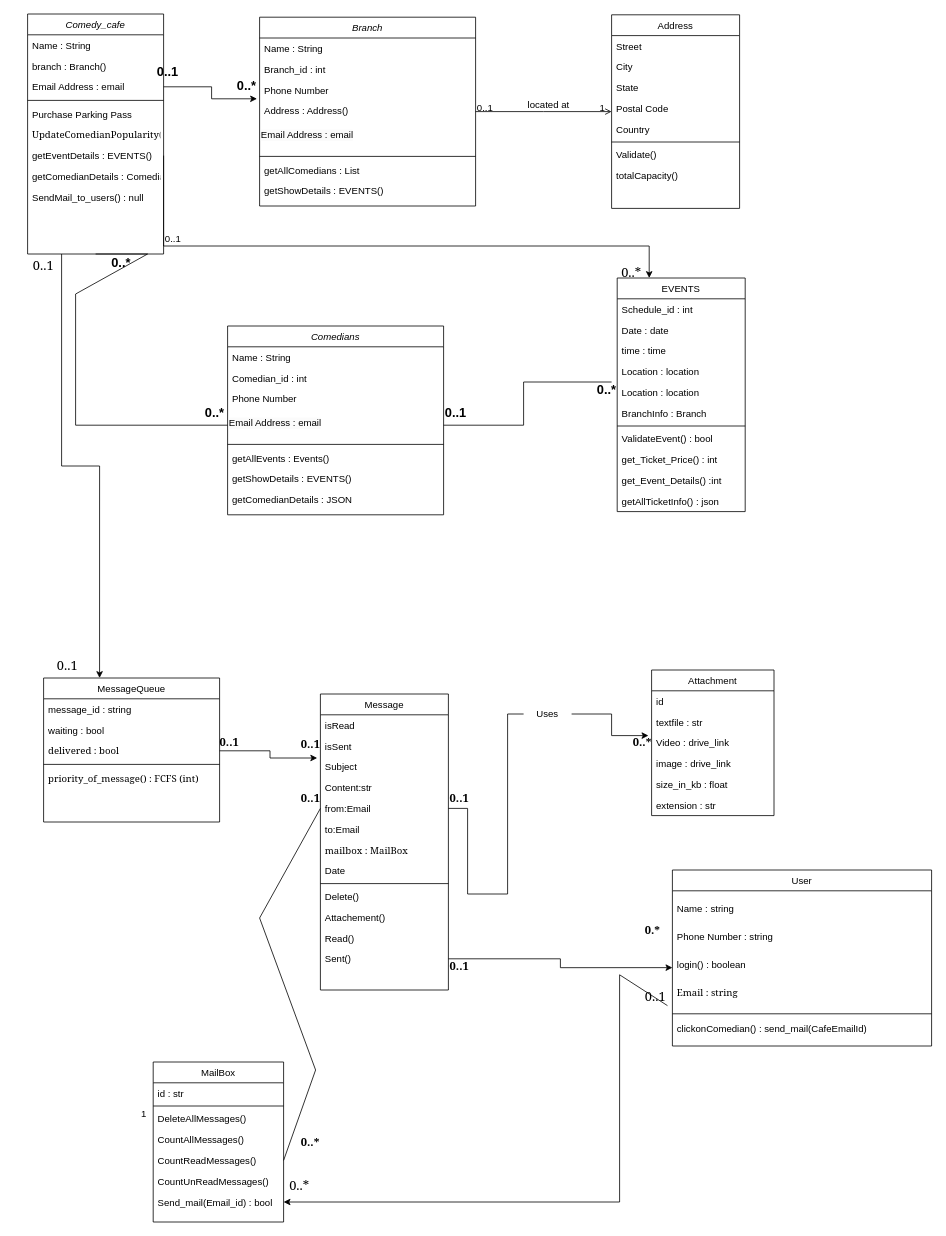
Before: Class Diagram of Comedy Cafe.drawio in runitrupam/Design_Comedy_Club, a draw.io diagram. Source tidied: cells renumbered, new cells numbered last; positions are measured from the earlier drawing's top-left corner, leaving out a move shared by most shapes. Both pictures are drawn from the tidied source at 80%, with x=0, y=0 at pixel (19, 14).
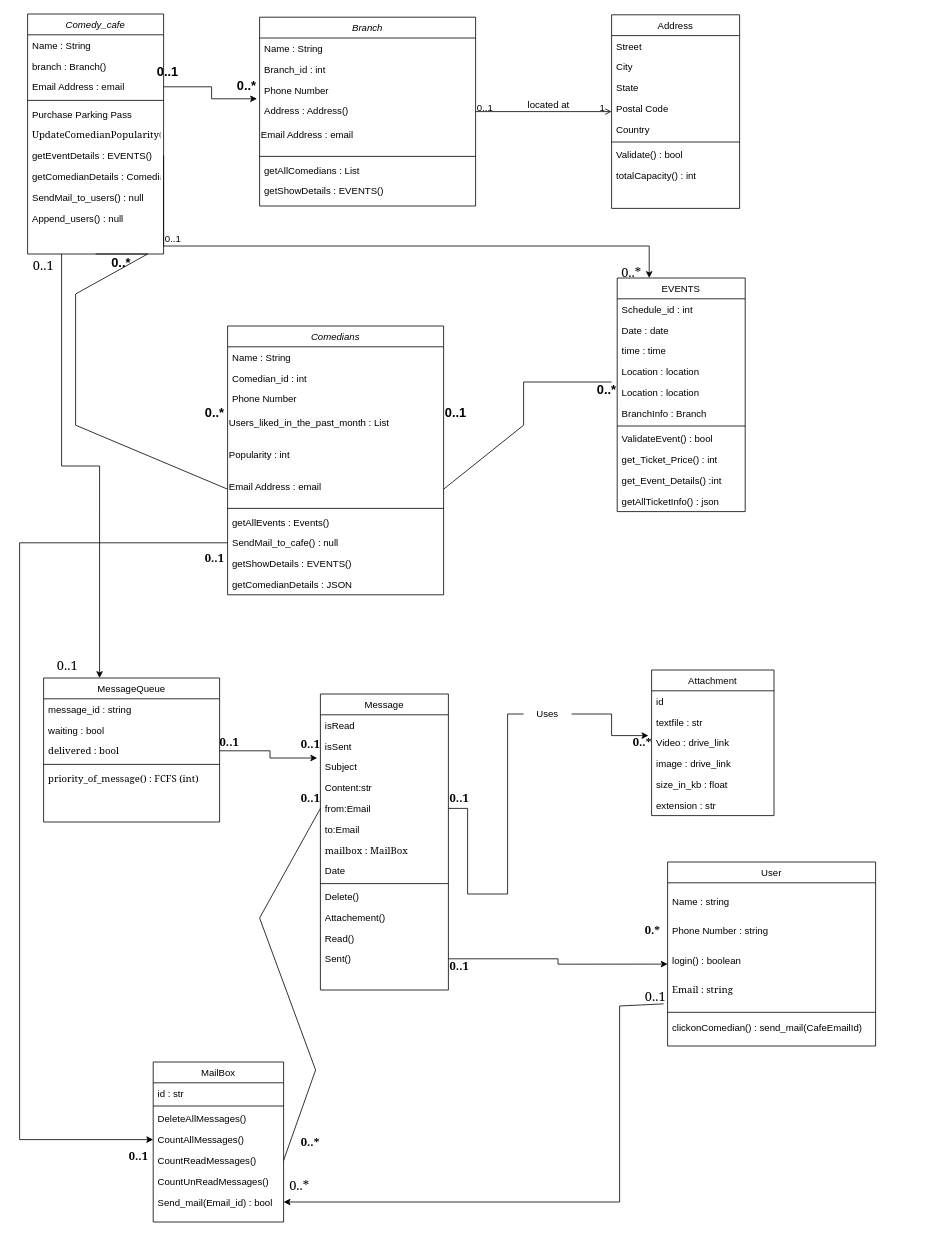
The same page after the edit.

The change refers to these unchanged cells:
```xml
<mxCell id="11" value="Address" style="swimlane;fontStyle=0;align=center;verticalAlign=top;horizontal=1;startSize=26;rounded=0;shadow=0;strokeWidth=1;" parent="1" vertex="1">
  <mxGeometry x="740" y="1" width="160" height="242" as="geometry" />
</mxCell>
<mxCell id="25" value="Comedy_cafe" style="swimlane;fontStyle=2;align=center;verticalAlign=top;horizontal=1;startSize=26;rounded=0;shadow=0;strokeWidth=1;" parent="1" vertex="1">
  <mxGeometry x="10" width="170" height="300" as="geometry" />
</mxCell>
```

The edit, as a diff of the source:
```diff
@@
-    <mxCell id="18" value="Validate()" style="text;align=left;verticalAlign=top;spacingLeft=4;spacingRight=4;overflow=hidden;" parent="11" vertex="1">
+    <mxCell id="18" value="Validate() : bool" style="text;align=left;verticalAlign=top;spacingLeft=4;spacingRight=4;overflow=hidden;" parent="11" vertex="1">
       <mxGeometry y="162" width="160" height="26" as="geometry" />
     </mxCell>
-    <mxCell id="19" value="totalCapacity()" style="text;align=left;verticalAlign=top;spacingLeft=4;spacingRight=4;overflow=hidden;" parent="11" vertex="1">
+    <mxCell id="19" value="totalCapacity() : int" style="text;align=left;verticalAlign=top;spacingLeft=4;spacingRight=4;overflow=hidden;" parent="11" vertex="1">
       <mxGeometry y="188" width="160" height="26" as="geometry" />
     </mxCell>
@@
+    <mxCell id="133" value="Append_users() : null" style="text;align=left;verticalAlign=top;spacingLeft=4;spacingRight=4;overflow=hidden;" parent="25" vertex="1">
+      <mxGeometry y="242" width="170" height="26" as="geometry" />
+    </mxCell>
@@
     <mxCell id="50" value="Comedians" style="swimlane;fontStyle=2;align=center;verticalAlign=top;horizontal=1;startSize=26;rounded=0;shadow=0;strokeWidth=1;" parent="1" vertex="1">
-      <mxGeometry x="260" y="390" width="270" height="236" as="geometry" />
+      <mxGeometry x="260" y="390" width="270" height="336" as="geometry" />
     </mxCell>
@@
+    <mxCell id="134" value="&lt;span style=&quot;color: rgb(0, 0, 0); font-family: Helvetica; font-size: 12px; font-style: normal; font-variant-ligatures: normal; font-variant-caps: normal; font-weight: 400; letter-spacing: normal; orphans: 2; text-align: left; text-indent: 0px; text-transform: none; widows: 2; word-spacing: 0px; -webkit-text-stroke-width: 0px; background-color: rgb(251, 251, 251); text-decoration-thickness: initial; text-decoration-style: initial; text-decoration-color: initial; float: none; display: inline !important;&quot;&gt;Users_liked_in_the_past_month : List&lt;/span&gt;" style="text;whiteSpace=wrap;html=1;fontSize=16;fontFamily=Georgia;" parent="50" vertex="1">
+      <mxGeometry y="104" width="270" height="40" as="geometry" />
+    </mxCell>
+    <mxCell id="135" value="&lt;span style=&quot;color: rgb(0, 0, 0); font-family: Helvetica; font-size: 12px; font-style: normal; font-variant-ligatures: normal; font-variant-caps: normal; font-weight: 400; letter-spacing: normal; orphans: 2; text-align: left; text-indent: 0px; text-transform: none; widows: 2; word-spacing: 0px; -webkit-text-stroke-width: 0px; background-color: rgb(251, 251, 251); text-decoration-thickness: initial; text-decoration-style: initial; text-decoration-color: initial; float: none; display: inline !important;&quot;&gt;Popularity : int&lt;/span&gt;" style="text;whiteSpace=wrap;html=1;fontSize=16;fontFamily=Georgia;" parent="50" vertex="1">
+      <mxGeometry y="144" width="270" height="40" as="geometry" />
+    </mxCell>
     <mxCell id="54" value="&lt;span style=&quot;color: rgb(0, 0, 0); font-family: Helvetica; font-size: 12px; font-style: normal; font-variant-ligatures: normal; font-variant-caps: normal; font-weight: 400; letter-spacing: normal; orphans: 2; text-align: left; text-indent: 0px; text-transform: none; widows: 2; word-spacing: 0px; -webkit-text-stroke-width: 0px; background-color: rgb(251, 251, 251); text-decoration-thickness: initial; text-decoration-style: initial; text-decoration-color: initial; float: none; display: inline !important;&quot;&gt;Email Address : email&lt;/span&gt;" style="text;whiteSpace=wrap;html=1;fontSize=16;fontFamily=Georgia;" parent="50" vertex="1">
-      <mxGeometry y="104" width="270" height="40" as="geometry" />
+      <mxGeometry y="184" width="270" height="40" as="geometry" />
     </mxCell>
     <mxCell id="55" style="line;html=1;strokeWidth=1;align=left;verticalAlign=middle;spacingTop=-1;spacingLeft=3;spacingRight=3;labelPosition=right;" parent="50" vertex="1">
-      <mxGeometry y="144" width="270" height="8" as="geometry" />
+      <mxGeometry y="224" width="270" height="8" as="geometry" />
     </mxCell>
     <mxCell id="56" value="getAllEvents : Events()" style="text;align=left;verticalAlign=top;spacingLeft=4;spacingRight=4;overflow=hidden;" parent="50" vertex="1">
-      <mxGeometry y="152" width="270" height="26" as="geometry" />
+      <mxGeometry y="232" width="270" height="26" as="geometry" />
     </mxCell>
+    <mxCell id="136" value="SendMail_to_cafe() : null" style="text;align=left;verticalAlign=top;spacingLeft=4;spacingRight=4;overflow=hidden;points=[[0,0.5],[1,0.5]];portConstraint=eastwest;" parent="50" vertex="1">
+      <mxGeometry y="258" width="270" height="26" as="geometry" />
+    </mxCell>
     <mxCell id="57" value="getShowDetails : EVENTS()" style="text;align=left;verticalAlign=top;spacingLeft=4;spacingRight=4;overflow=hidden;" parent="50" vertex="1">
-      <mxGeometry y="178" width="270" height="26" as="geometry" />
+      <mxGeometry y="284" width="270" height="26" as="geometry" />
     </mxCell>
     <mxCell id="58" value="getComedianDetails : JSON" style="text;align=left;verticalAlign=top;spacingLeft=4;spacingRight=4;overflow=hidden;" parent="50" vertex="1">
-      <mxGeometry y="204" width="270" height="26" as="geometry" />
+      <mxGeometry y="310" width="270" height="26" as="geometry" />
     </mxCell>
@@
     <mxCell id="98" style="group;" parent="1" vertex="1">
-      <mxGeometry x="816" y="1070" width="324" height="220" as="geometry" />
+      <mxGeometry x="810" y="1060" width="260" height="230" as="geometry" />
     </mxCell>
     <mxCell id="99" value="User" style="swimlane;fontStyle=0;align=center;verticalAlign=top;horizontal=1;startSize=26;rounded=0;shadow=0;strokeWidth=1;" parent="98" vertex="1">
-      <mxGeometry width="324" height="220" as="geometry" />
+      <mxGeometry width="260" height="230" as="geometry" />
     </mxCell>
     <mxCell id="100" value="Name : string" style="text;align=left;verticalAlign=top;spacingLeft=4;spacingRight=4;overflow=hidden;" parent="98" vertex="1">
-      <mxGeometry y="34.9" width="324" height="34.9" as="geometry" />
+      <mxGeometry y="36.5" width="260" height="36.5" as="geometry" />
     </mxCell>
     <mxCell id="101" value="Phone Number : string" style="text;align=left;verticalAlign=top;spacingLeft=4;spacingRight=4;overflow=hidden;rounded=0;shadow=0;html=0;" parent="98" vertex="1">
-      <mxGeometry y="69.8" width="324" height="34.9" as="geometry" />
+      <mxGeometry y="72.9" width="260" height="36.5" as="geometry" />
     </mxCell>
     <mxCell id="102" value="login() : boolean" style="text;align=left;verticalAlign=top;spacingLeft=4;spacingRight=4;overflow=hidden;points=[[0,0.5],[1,0.5]];portConstraint=eastwest;" parent="98" vertex="1">
-      <mxGeometry y="104.6" width="324" height="34.9" as="geometry" />
+      <mxGeometry y="109.4" width="260" height="36.5" as="geometry" />
     </mxCell>
     <mxCell id="103" value="Email : string" style="text;strokeColor=none;fillColor=none;align=left;verticalAlign=top;spacingLeft=4;spacingRight=4;overflow=hidden;points=[[0,0.5],[1,0.5]];portConstraint=eastwest;fontSize=12;fontFamily=Georgia;" parent="98" vertex="1">
-      <mxGeometry y="139.5" width="324" height="34.9" as="geometry" />
+      <mxGeometry y="145.9" width="260" height="36.5" as="geometry" />
     </mxCell>
     <mxCell id="104" style="line;html=1;strokeWidth=1;align=left;verticalAlign=middle;spacingTop=-1;spacingLeft=3;spacingRight=3;labelPosition=right;" parent="98" vertex="1">
-      <mxGeometry y="174.4" width="324" height="10.7" as="geometry" />
+      <mxGeometry y="182.3" width="260" height="11.2" as="geometry" />
     </mxCell>
     <mxCell id="105" value="clickonComedian() : send_mail(CafeEmailId)" style="text;strokeColor=none;fillColor=none;align=left;verticalAlign=top;spacingLeft=4;spacingRight=4;overflow=hidden;" parent="98" vertex="1">
-      <mxGeometry y="185.1" width="324" height="34.9" as="geometry" />
+      <mxGeometry y="193.5" width="260" height="36.5" as="geometry" />
     </mxCell>
@@
-    <mxCell id="117" style="group;" parent="1" vertex="1">
-      <mxGeometry x="160" y="1310" width="190" height="200" as="geometry" />
-    </mxCell>
+    <mxCell id="128" style="endArrow=classic;html=1;rounded=0;fontFamily=Georgia;fontSize=16;exitX=-0.019;exitY=0.861;exitDx=0;exitDy=0;exitPerimeter=0;entryX=1;entryY=0.5;entryDx=0;entryDy=0;" parent="1" edge="1" source="103" target="127">
+      <mxGeometry relative="1" as="geometry">
+        <Array as="points">
+          <mxPoint x="750" y="1240" />
+          <mxPoint x="750" y="1485" />
+        </Array>
+      </mxGeometry>
+    </mxCell>
+    <mxCell id="129" value="0..1" style="text;html=1;strokeColor=none;fillColor=none;align=center;verticalAlign=middle;whiteSpace=wrap;rounded=0;fontSize=16;fontFamily=Georgia;" parent="1" vertex="1">
+      <mxGeometry x="765" y="1213" width="60" height="30" as="geometry" />
+    </mxCell>
+    <mxCell id="130" value="0..*" style="text;html=1;strokeColor=none;fillColor=none;align=center;verticalAlign=middle;whiteSpace=wrap;rounded=0;fontSize=16;fontFamily=Georgia;" parent="1" vertex="1">
+      <mxGeometry x="320" y="1450" width="60" height="30" as="geometry" />
+    </mxCell>
+    <mxCell id="131" value="0..1" style="text;html=1;strokeColor=none;fillColor=none;align=center;verticalAlign=middle;whiteSpace=wrap;rounded=0;fontSize=16;fontFamily=Georgia;" parent="1" vertex="1">
+      <mxGeometry x="30" y="800" width="60" height="30" as="geometry" />
+    </mxCell>
+    <mxCell id="132" value="0..1" style="text;html=1;strokeColor=none;fillColor=none;align=center;verticalAlign=middle;whiteSpace=wrap;rounded=0;fontSize=16;fontFamily=Georgia;" parent="1" vertex="1">
+      <mxGeometry y="300" width="60" height="30" as="geometry" />
+    </mxCell>
+    <mxCell id="137" style="rounded=0;jettySize=auto;html=1;exitX=0;exitY=0.5;exitDx=0;exitDy=0;entryX=0;entryY=0.5;entryDx=0;entryDy=0;" parent="1" edge="1" source="136" target="124">
+      <mxGeometry relative="1" as="geometry">
+        <Array as="points">
+          <mxPoint y="661" />
+          <mxPoint y="1090" />
+          <mxPoint y="1407" />
+        </Array>
+      </mxGeometry>
+    </mxCell>
+    <mxCell id="138" value="0..1" style="align=left;verticalAlign=bottom;labelBackgroundColor=none;fontSize=14;fontStyle=1;fontFamily=Georgia;" parent="1" vertex="1">
+      <mxGeometry x="230" y="690" as="geometry" />
+    </mxCell>
+    <mxCell id="139" value="0..1" style="align=left;verticalAlign=bottom;labelBackgroundColor=none;fontSize=14;fontStyle=1;fontFamily=Georgia;" parent="1" vertex="1">
+      <mxGeometry x="190" y="1213" as="geometry">
+        <mxPoint x="-55" y="224" as="offset" />
+      </mxGeometry>
+    </mxCell>
+    <mxCell id="140" style="group;" parent="1" vertex="1">
+      <mxGeometry x="167" y="1310" width="183" height="200" as="geometry" />
+    </mxCell>
-    <mxCell id="118" value="MailBox" style="swimlane;fontStyle=0;align=center;verticalAlign=top;horizontal=1;startSize=26;rounded=0;shadow=0;strokeWidth=1;" parent="117" vertex="1">
-      <mxGeometry x="7" width="163" height="200" as="geometry" />
+    <mxCell id="118" value="MailBox" style="swimlane;fontStyle=0;align=center;verticalAlign=top;horizontal=1;startSize=26;rounded=0;shadow=0;strokeWidth=1;" parent="140" vertex="1">
+      <mxGeometry width="163" height="200" as="geometry" />
     </mxCell>
-    <mxCell id="119" value="1" style="align=right;verticalAlign=bottom;labelBackgroundColor=none;fontSize=12;" parent="117" vertex="1">
-      <mxGeometry y="73" as="geometry" />
-    </mxCell>
-    <mxCell id="120" value="0..*" style="align=left;verticalAlign=bottom;labelBackgroundColor=none;fontSize=14;fontStyle=1;fontFamily=Georgia;" parent="117" vertex="1">
-      <mxGeometry x="190" y="110" as="geometry" />
+    <mxCell id="120" value="0..*" style="align=left;verticalAlign=bottom;labelBackgroundColor=none;fontSize=14;fontStyle=1;fontFamily=Georgia;" parent="140" vertex="1">
+      <mxGeometry x="183" y="110" as="geometry" />
     </mxCell>
-    <mxCell id="121" value="id : str" style="text;align=left;verticalAlign=top;spacingLeft=4;spacingRight=4;overflow=hidden;" parent="117" vertex="1">
-      <mxGeometry x="7" y="26" width="163" height="26" as="geometry" />
+    <mxCell id="121" value="id : str" style="text;align=left;verticalAlign=top;spacingLeft=4;spacingRight=4;overflow=hidden;" parent="140" vertex="1">
+      <mxGeometry y="26" width="163" height="26" as="geometry" />
     </mxCell>
-    <mxCell id="122" style="line;html=1;strokeWidth=1;align=left;verticalAlign=middle;spacingTop=-1;spacingLeft=3;spacingRight=3;labelPosition=right;" parent="117" vertex="1">
-      <mxGeometry x="7" y="52" width="163" height="6" as="geometry" />
+    <mxCell id="122" style="line;html=1;strokeWidth=1;align=left;verticalAlign=middle;spacingTop=-1;spacingLeft=3;spacingRight=3;labelPosition=right;" parent="140" vertex="1">
+      <mxGeometry y="52" width="163" height="6" as="geometry" />
     </mxCell>
-    <mxCell id="123" value="DeleteAllMessages()" style="text;strokeColor=none;fillColor=none;align=left;verticalAlign=top;spacingLeft=4;spacingRight=4;overflow=hidden;" parent="117" vertex="1">
-      <mxGeometry x="7" y="58" width="163" height="26" as="geometry" />
+    <mxCell id="123" value="DeleteAllMessages()" style="text;strokeColor=none;fillColor=none;align=left;verticalAlign=top;spacingLeft=4;spacingRight=4;overflow=hidden;" parent="140" vertex="1">
+      <mxGeometry y="58" width="163" height="26" as="geometry" />
     </mxCell>
-    <mxCell id="124" value="CountAllMessages()" style="text;strokeColor=none;fillColor=none;align=left;verticalAlign=top;spacingLeft=4;spacingRight=4;overflow=hidden;points=[[0,0.5],[1,0.5]];portConstraint=eastwest;" parent="117" vertex="1">
-      <mxGeometry x="7" y="84" width="163" height="26" as="geometry" />
+    <mxCell id="124" value="CountAllMessages()" style="text;strokeColor=none;fillColor=none;align=left;verticalAlign=top;spacingLeft=4;spacingRight=4;overflow=hidden;points=[[0,0.5],[1,0.5]];portConstraint=eastwest;" parent="140" vertex="1">
+      <mxGeometry y="84" width="163" height="26" as="geometry" />
     </mxCell>
-    <mxCell id="125" value="CountReadMessages()" style="text;strokeColor=none;fillColor=none;align=left;verticalAlign=top;spacingLeft=4;spacingRight=4;overflow=hidden;points=[[0,0.5],[1,0.5]];portConstraint=eastwest;" parent="117" vertex="1">
-      <mxGeometry x="7" y="110" width="163" height="26" as="geometry" />
+    <mxCell id="125" value="CountReadMessages()" style="text;strokeColor=none;fillColor=none;align=left;verticalAlign=top;spacingLeft=4;spacingRight=4;overflow=hidden;points=[[0,0.5],[1,0.5]];portConstraint=eastwest;" parent="140" vertex="1">
+      <mxGeometry y="110" width="163" height="26" as="geometry" />
     </mxCell>
-    <mxCell id="126" value="CountUnReadMessages()" style="text;align=left;verticalAlign=top;spacingLeft=4;spacingRight=4;overflow=hidden;" parent="117" vertex="1">
-      <mxGeometry x="7" y="136" width="163" height="26" as="geometry" />
+    <mxCell id="126" value="CountUnReadMessages()" style="text;align=left;verticalAlign=top;spacingLeft=4;spacingRight=4;overflow=hidden;" parent="140" vertex="1">
+      <mxGeometry y="136" width="163" height="26" as="geometry" />
     </mxCell>
-    <mxCell id="127" value="Send_mail(Email_id) : bool" style="text;align=left;verticalAlign=top;spacingLeft=4;spacingRight=4;overflow=hidden;points=[[0,0.5],[1,0.5]];portConstraint=eastwest;" parent="117" vertex="1">
-      <mxGeometry x="7" y="162" width="163" height="26" as="geometry" />
+    <mxCell id="127" value="Send_mail(Email_id) : bool" style="text;align=left;verticalAlign=top;spacingLeft=4;spacingRight=4;overflow=hidden;points=[[0,0.5],[1,0.5]];portConstraint=eastwest;" parent="140" vertex="1">
+      <mxGeometry y="162" width="163" height="26" as="geometry" />
     </mxCell>
-    <mxCell id="128" style="endArrow=classic;html=1;rounded=0;fontFamily=Georgia;fontSize=16;exitX=-0.019;exitY=0.861;exitDx=0;exitDy=0;exitPerimeter=0;entryX=1;entryY=0.5;entryDx=0;entryDy=0;" parent="1" edge="1" source="103" target="127">
-      <mxGeometry relative="1" as="geometry">
-        <Array as="points">
-          <mxPoint x="750" y="1201" />
-          <mxPoint x="750" y="1485" />
-        </Array>
-      </mxGeometry>
-    </mxCell>
-    <mxCell id="129" value="0..1" style="text;html=1;strokeColor=none;fillColor=none;align=center;verticalAlign=middle;whiteSpace=wrap;rounded=0;fontSize=16;fontFamily=Georgia;" parent="1" vertex="1">
-      <mxGeometry x="765" y="1213" width="60" height="30" as="geometry" />
-    </mxCell>
-    <mxCell id="130" value="0..*" style="text;html=1;strokeColor=none;fillColor=none;align=center;verticalAlign=middle;whiteSpace=wrap;rounded=0;fontSize=16;fontFamily=Georgia;" parent="1" vertex="1">
-      <mxGeometry x="320" y="1450" width="60" height="30" as="geometry" />
-    </mxCell>
-    <mxCell id="131" value="0..1" style="text;html=1;strokeColor=none;fillColor=none;align=center;verticalAlign=middle;whiteSpace=wrap;rounded=0;fontSize=16;fontFamily=Georgia;" parent="1" vertex="1">
-      <mxGeometry x="30" y="800" width="60" height="30" as="geometry" />
-    </mxCell>
-    <mxCell id="132" value="0..1" style="text;html=1;strokeColor=none;fillColor=none;align=center;verticalAlign=middle;whiteSpace=wrap;rounded=0;fontSize=16;fontFamily=Georgia;" parent="1" vertex="1">
-      <mxGeometry y="300" width="60" height="30" as="geometry" />
-    </mxCell>
```
